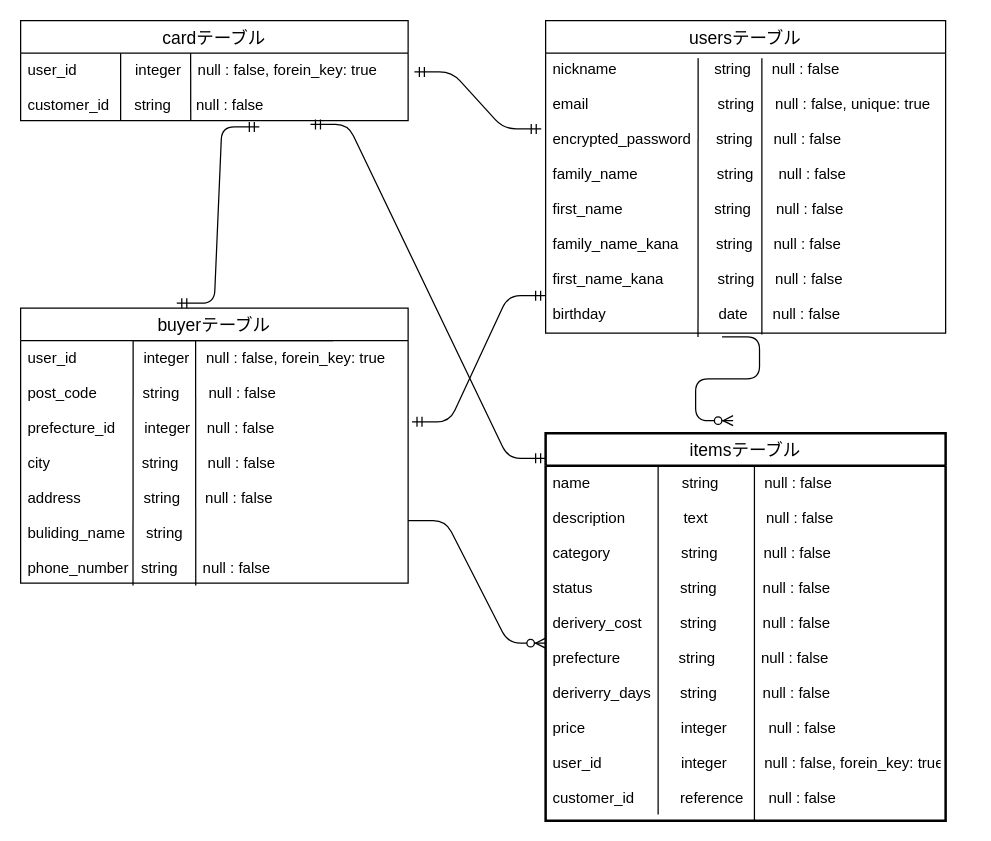
Before: furima.dio in Komty/furima-34555, a draw.io diagram. Source tidied: cells renumbered, new cells numbered last; positions are measured from the earlier drawing's top-left corner, leaving out a move shared by most shapes. Both pictures are drawn from the tidied source at 125%, with x=0, y=0 at pixel (20, 20).
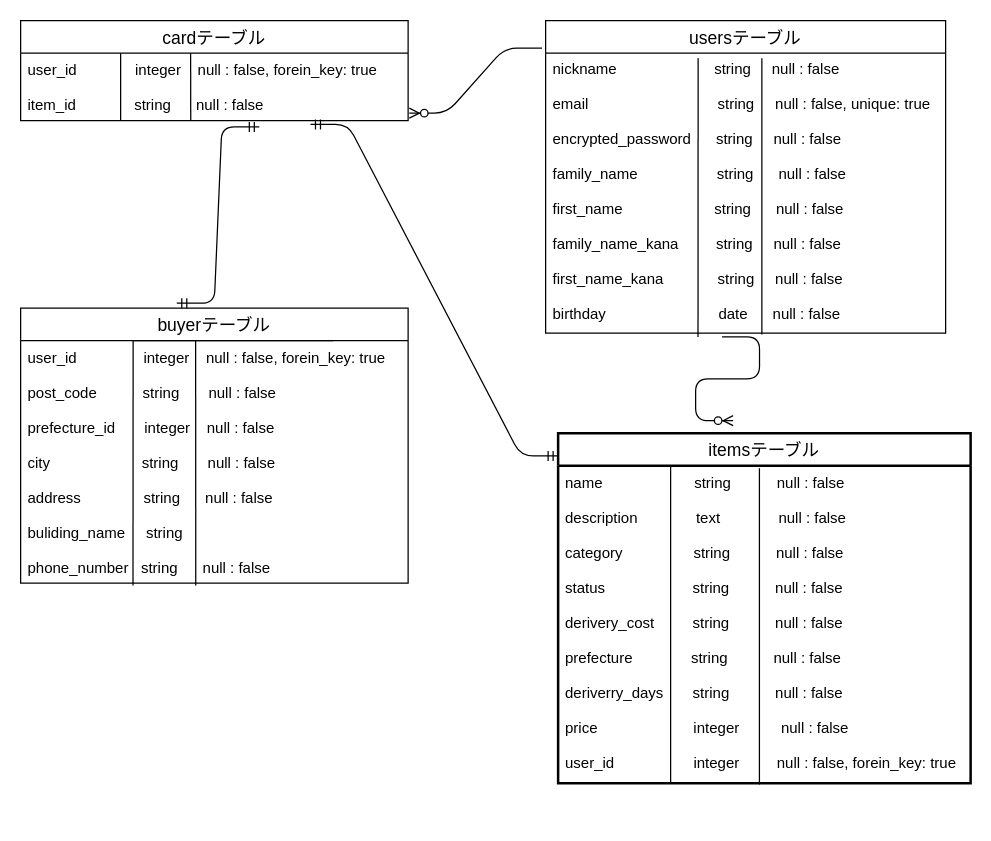
After the change.

Commit message (it also covers changes not shown here):
データベース　修正6

Unchanged cells that the change refers to:
```xml
<mxCell id="7" value="cardテーブル" style="swimlane;fontStyle=0;horizontal=1;startSize=26;align=center;fontSize=14;" parent="1" vertex="1">
  <mxGeometry width="310" height="80" as="geometry" />
</mxCell>
<mxCell id="15" value="user_id                integer    null : false, forein_key: true  &#10;&#10;post_code           string       null : false&#10;&#10;prefecture_id       integer    null : false&#10;&#10;city                      string       null : false&#10;   &#10;address               string      null : false&#10;  &#10;buliding_name     string   &#10;&#10;phone_number   string      null : false" style="text;strokeColor=none;fillColor=none;spacingLeft=4;spacingRight=4;overflow=hidden;points=[[0,0.5],[1,0.5]];portConstraint=eastwest;fontSize=12;" parent="11" vertex="1">
  <mxGeometry y="26" width="310" height="194" as="geometry" />
</mxCell>
<mxCell id="18" value="nickname  　　　　       string     null : false&#10;&#10;email                               string     null : false, unique: true&#10;&#10;encrypted_password      string     null : false&#10;&#10;family_name                   string      null : false&#10;&#10;first_name                      string      null : false&#10;&#10;family_name_kana         string     null : false&#10;&#10;first_name_kana             string     null : false&#10;&#10;birthday                           date      null : false&#10;&#10;&#10;&#10;&#10;" style="text;strokeColor=none;fillColor=none;spacingLeft=4;spacingRight=4;overflow=hidden;points=[[0,0.5],[1,0.5]];portConstraint=eastwest;fontSize=12;" parent="1" vertex="1">
  <mxGeometry x="420" y="25" width="320" height="224" as="geometry" />
</mxCell>
```

Diff of the diagram source:
```diff
@@
     <mxCell id="3" value="itemsテーブル" style="swimlane;fontStyle=0;horizontal=1;startSize=26;align=center;fontSize=14;strokeWidth=2;" parent="1" vertex="1">
-      <mxGeometry x="420" y="330" width="320" height="310" as="geometry" />
+      <mxGeometry x="430" y="330" width="330" height="280" as="geometry" />
     </mxCell>
+    <mxCell id="6" style="endArrow=none;html=1;rounded=0;" parent="3" edge="1">
+      <mxGeometry relative="1" as="geometry">
+        <mxPoint x="90" y="26" as="sourcePoint" />
+        <mxPoint x="90" y="280" as="targetPoint" />
+      </mxGeometry>
+    </mxCell>
+    <mxCell id="5" value="name                      string           null : false &#10;&#10;description              text              null : false &#10;&#10;category                 string           null : false &#10;&#10;status                     string           null : false&#10;&#10;derivery_cost　　  string           null : false &#10;&#10;prefecture              string           null : false&#10;&#10;deriverry_days       string           null : false&#10;&#10;price                       integer          null : false&#10;&#10;user_id                   integer         null : false, forein_key: true&#10;&#10;&#10;" style="text;strokeColor=none;fillColor=none;spacingLeft=4;spacingRight=4;overflow=hidden;points=[[0,0.5],[1,0.5]];portConstraint=eastwest;fontSize=12;" parent="3" vertex="1">
+      <mxGeometry y="26" width="330" height="254" as="geometry" />
+    </mxCell>
-    <mxCell id="4" style="endArrow=none;html=1;rounded=0;exitX=0.522;exitY=0.004;exitDx=0;exitDy=0;exitPerimeter=0;entryX=0.522;entryY=1;entryDx=0;entryDy=0;entryPerimeter=0;" parent="3" edge="1" source="5" target="5">
+    <mxCell id="4" style="endArrow=none;html=1;rounded=0;entryX=0.488;entryY=1.004;entryDx=0;entryDy=0;entryPerimeter=0;exitX=0.488;exitY=0.008;exitDx=0;exitDy=0;exitPerimeter=0;" parent="3" edge="1" source="5" target="5">
       <mxGeometry relative="1" as="geometry" />
     </mxCell>
-    <mxCell id="5" value="name                      string           null : false &#10;&#10;description              text              null : false &#10;&#10;category                 string           null : false &#10;&#10;status                     string           null : false&#10;&#10;derivery_cost　　  string           null : false &#10;&#10;prefecture              string           null : false&#10;&#10;deriverry_days       string           null : false&#10;&#10;price                       integer          null : false&#10;&#10;user_id                   integer         null : false, forein_key: true&#10;&#10;customer_id           reference      null : false&#10;" style="text;strokeColor=none;fillColor=none;spacingLeft=4;spacingRight=4;overflow=hidden;points=[[0,0.5],[1,0.5]];portConstraint=eastwest;fontSize=12;" parent="3" vertex="1">
-      <mxGeometry y="26" width="320" height="284" as="geometry" />
-    </mxCell>
-    <mxCell id="6" style="endArrow=none;html=1;rounded=0;" parent="3" edge="1">
-      <mxGeometry relative="1" as="geometry">
-        <mxPoint x="90" y="26" as="sourcePoint" />
-        <mxPoint x="90" y="305" as="targetPoint" />
-      </mxGeometry>
-    </mxCell>
@@
-    <mxCell id="10" value="user_id              integer    null : false, forein_key: true&#10;&#10;customer_id      string      null : false&#10;            " style="text;strokeColor=none;fillColor=none;spacingLeft=4;spacingRight=4;overflow=hidden;points=[[0,0.5],[1,0.5]];portConstraint=eastwest;fontSize=12;" parent="7" vertex="1">
+    <mxCell id="10" value="user_id              integer    null : false, forein_key: true&#10;&#10;item_id              string      null : false&#10;            " style="text;strokeColor=none;fillColor=none;spacingLeft=4;spacingRight=4;overflow=hidden;points=[[0,0.5],[1,0.5]];portConstraint=eastwest;fontSize=12;" parent="7" vertex="1">
       <mxGeometry y="26" width="310" height="54" as="geometry" />
     </mxCell>
@@
-    <mxCell id="16" style="edgeStyle=entityRelationEdgeStyle;fontSize=12;html=1;endArrow=ERmandOne;startArrow=ERmandOne;entryX=-0.011;entryY=0.275;entryDx=0;entryDy=0;entryPerimeter=0;" parent="1" edge="1" target="18">
-      <mxGeometry relative="1" as="geometry">
-        <mxPoint x="315" y="41" as="sourcePoint" />
-      </mxGeometry>
-    </mxCell>
@@
-    <mxCell id="22" style="edgeStyle=entityRelationEdgeStyle;fontSize=12;html=1;endArrow=ERzeroToMany;endFill=1;" parent="1" edge="1" target="5">
-      <mxGeometry relative="1" as="geometry">
-        <mxPoint x="310" y="400" as="sourcePoint" />
-      </mxGeometry>
-    </mxCell>
@@
-    <mxCell id="24" style="edgeStyle=entityRelationEdgeStyle;fontSize=12;html=1;endArrow=ERmandOne;startArrow=ERmandOne;exitX=1.01;exitY=0.335;exitDx=0;exitDy=0;exitPerimeter=0;" parent="1" edge="1" source="15">
-      <mxGeometry relative="1" as="geometry">
-        <mxPoint x="420" y="220" as="targetPoint" />
-      </mxGeometry>
-    </mxCell>
+    <mxCell id="25" style="edgeStyle=entityRelationEdgeStyle;fontSize=12;html=1;endArrow=ERzeroToMany;endFill=1;entryX=1.003;entryY=0.889;entryDx=0;entryDy=0;entryPerimeter=0;exitX=-0.009;exitY=-0.013;exitDx=0;exitDy=0;exitPerimeter=0;" parent="1" edge="1" source="18" target="10">
+      <mxGeometry relative="1" as="geometry" />
+    </mxCell>
```
